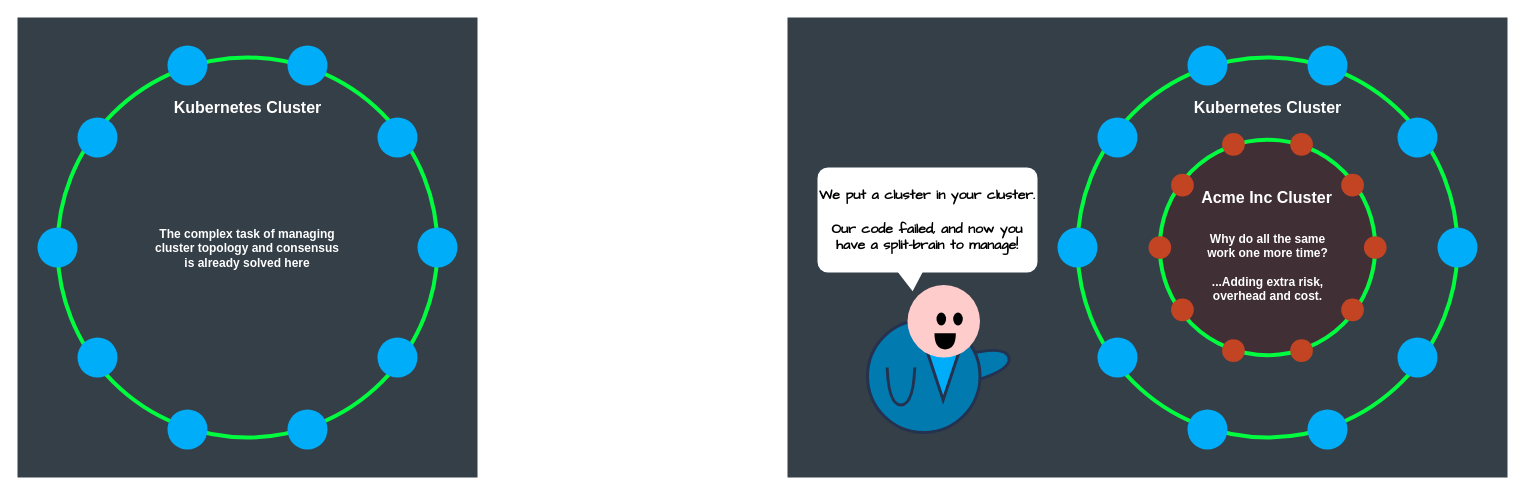
Earlier version of the draw.io diagram page "Clusters" (12 of 13) of hugo/content/docs/cluster/intro/clusterintro2.drawio (asynkron/protoactor-website). Source tidied: cells renumbered, new cells numbered last; positions are measured from the earlier drawing's top-left corner, leaving out a move shared by most shapes. Both pictures are drawn from the tidied source at 100%, with x=0, y=0 at pixel (17, 17).
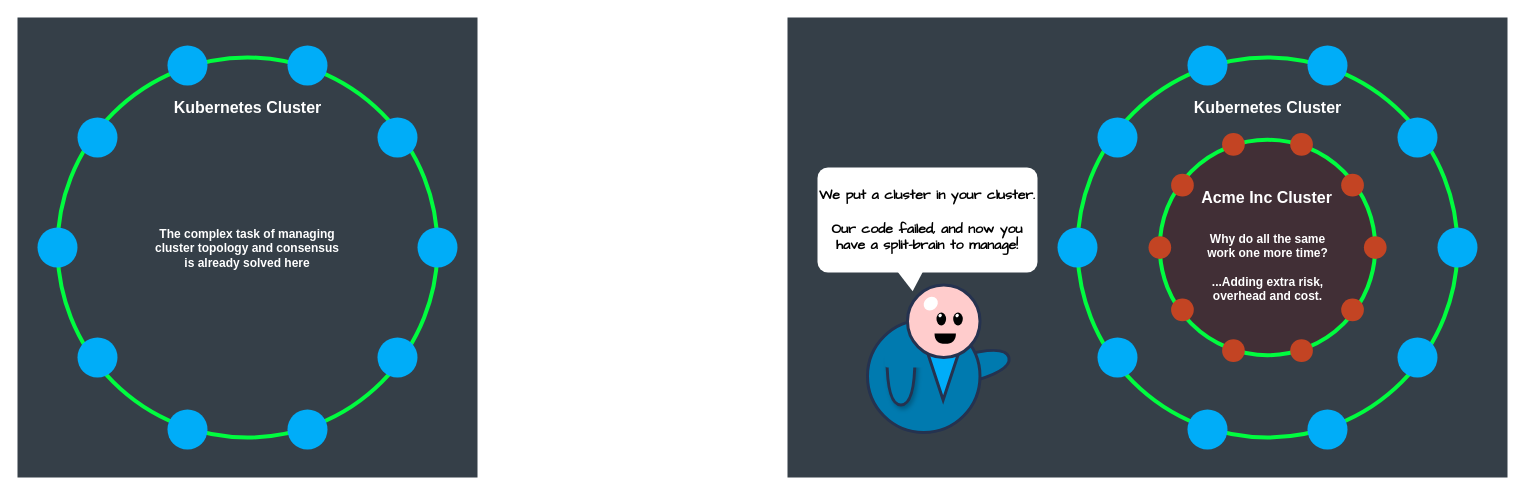
Above is the later version.

The edit, as a diff of the source:
```diff
@@
-    <mxCell id="5" style="triangle;whiteSpace=wrap;html=1;strokeWidth=3;gradientColor=none;fontFamily=Comic Sans MS;fontSize=12;fontColor=#FFFFFF;rotation=90;fillColor=#00ADF8;strokeColor=#25324F;" parent="1" vertex="1">
+    <mxCell id="5" style="triangle;whiteSpace=wrap;html=1;strokeWidth=3;gradientColor=none;fontFamily=Comic Sans MS;fontSize=12;fontColor=#FFFFFF;rotation=90;fillColor=#00ADF8;strokeColor=#25324F;shadow=0;" parent="1" vertex="1">
       <mxGeometry x="900" y="340" width="51.3" height="33.8" as="geometry" />
     </mxCell>
@@
+    <mxCell id="50" style="triangle;whiteSpace=wrap;html=1;strokeWidth=1;fontFamily=Comic Sans MS;fontSize=12;rotation=85;strokeColor=none;" parent="1" vertex="1">
+      <mxGeometry x="880.9" y="243.7" width="26.2" height="33.8" as="geometry" />
+    </mxCell>
+    <mxCell id="51" style="shape=or;whiteSpace=wrap;html=1;strokeWidth=3;gradientColor=none;fontFamily=Comic Sans MS;fontSize=12;fontColor=#FFFFFF;rotation=90;fillColor=#007AAF;strokeOpacity=100;strokeColor=#25324F;shadow=1;" parent="1" vertex="1">
+      <mxGeometry x="860" y="350" width="46.9" height="27.9" as="geometry" />
+    </mxCell>
+    <mxCell id="52" style="rounded=1;whiteSpace=wrap;html=1;fontFamily=Helvetica;fontSize=12;fontColor=#FFFFFF;align=center;strokeWidth=3;fillColor=#007AAF;strokeColor=none;" parent="1" vertex="1">
+      <mxGeometry x="866.9" y="329" width="40" height="21" as="geometry" />
+    </mxCell>
+    <mxCell id="53" style="group;" parent="1" vertex="1">
+      <mxGeometry x="890" y="267.5" width="72.5" height="72.5" as="geometry" />
+    </mxCell>
-    <mxCell id="46" style="ellipse;whiteSpace=wrap;html=1;strokeWidth=3;fontColor=#FFFFFF;fontStyle=1;fillColor=#FFCCCC;strokeColor=none;" parent="1" vertex="1">
-      <mxGeometry x="890" y="267.5" width="72.5" height="72.5" as="geometry" />
+    <mxCell id="46" style="ellipse;whiteSpace=wrap;html=1;strokeWidth=3;fontColor=#FFFFFF;fontStyle=1;fillColor=#FFCCCC;strokeColor=#25324F;" parent="53" vertex="1">
+      <mxGeometry width="72.5" height="72.5" as="geometry" />
     </mxCell>
-    <mxCell id="47" style="shape=or;whiteSpace=wrap;html=1;strokeWidth=4;gradientColor=none;fontSize=16;fontColor=#FFFFFF;strokeColor=none;fillColor=#000000;rotation=90;" parent="1" vertex="1">
-      <mxGeometry x="919.6" y="313.2" width="16.1" height="21.4" as="geometry" />
+    <mxCell id="47" style="shape=or;whiteSpace=wrap;html=1;strokeWidth=4;gradientColor=none;fontSize=16;fontColor=#FFFFFF;strokeColor=none;fillColor=#000000;rotation=90;" parent="53" vertex="1">
+      <mxGeometry x="32.5" y="42.9" width="10.4" height="21.4" as="geometry" />
     </mxCell>
-    <mxCell id="48" style="ellipse;whiteSpace=wrap;html=1;strokeWidth=4;fillColor=#000000;gradientColor=none;fontSize=16;fontColor=#FFFFFF;strokeColor=none;" parent="1" vertex="1">
-      <mxGeometry x="935.7" y="295" width="9.6" height="12.9" as="geometry" />
+    <mxCell id="48" style="ellipse;whiteSpace=wrap;html=1;strokeWidth=4;fillColor=#000000;gradientColor=none;fontSize=16;fontColor=#FFFFFF;strokeColor=none;" parent="53" vertex="1">
+      <mxGeometry x="45.7" y="27.5" width="9.6" height="12.9" as="geometry" />
     </mxCell>
-    <mxCell id="49" style="ellipse;whiteSpace=wrap;html=1;strokeWidth=4;fillColor=#000000;gradientColor=none;fontSize=16;fontColor=#FFFFFF;strokeColor=none;" parent="1" vertex="1">
-      <mxGeometry x="919" y="295" width="9.6" height="12.9" as="geometry" />
+    <mxCell id="49" style="ellipse;whiteSpace=wrap;html=1;strokeWidth=4;fillColor=#000000;gradientColor=none;fontSize=16;fontColor=#FFFFFF;strokeColor=none;" parent="53" vertex="1">
+      <mxGeometry x="29" y="27.5" width="9.6" height="12.9" as="geometry" />
     </mxCell>
-    <mxCell id="50" style="triangle;whiteSpace=wrap;html=1;strokeWidth=1;fontFamily=Comic Sans MS;fontSize=12;rotation=85;strokeColor=none;" parent="1" vertex="1">
-      <mxGeometry x="880.9" y="243.7" width="26.2" height="33.8" as="geometry" />
-    </mxCell>
-    <mxCell id="51" style="shape=or;whiteSpace=wrap;html=1;strokeWidth=3;gradientColor=none;fontFamily=Comic Sans MS;fontSize=12;fontColor=#FFFFFF;rotation=90;fillColor=#007AAF;strokeOpacity=100;strokeColor=#25324F;" parent="1" vertex="1">
-      <mxGeometry x="860" y="350" width="46.9" height="27.9" as="geometry" />
-    </mxCell>
-    <mxCell id="52" style="rounded=1;whiteSpace=wrap;html=1;fontFamily=Helvetica;fontSize=12;fontColor=#FFFFFF;align=center;strokeWidth=3;fillColor=#007AAF;strokeColor=none;" parent="1" vertex="1">
-      <mxGeometry x="860" y="329" width="40" height="21" as="geometry" />
-    </mxCell>
+    <mxCell id="54" style="ellipse;whiteSpace=wrap;html=1;fontFamily=Helvetica;fontSize=12;fontColor=#FFFFFF;align=center;strokeWidth=3;fillColor=#FFFFFF;strokeColor=none;rotation=50;" parent="53" vertex="1">
+      <mxGeometry x="16.8" y="11.1" width="12.9" height="15" as="geometry" />
+    </mxCell>
+    <mxCell id="55" style="ellipse;whiteSpace=wrap;html=1;fontFamily=Helvetica;fontSize=12;fontColor=#FFFFFF;align=center;strokeWidth=3;fillColor=#FFFFFF;strokeColor=none;rotation=50;" parent="1" vertex="1">
+      <mxGeometry x="921.1" y="296.2" width="3.1" height="3.6" as="geometry" />
+    </mxCell>
+    <mxCell id="56" style="ellipse;whiteSpace=wrap;html=1;fontFamily=Helvetica;fontSize=12;fontColor=#FFFFFF;align=center;strokeWidth=3;fillColor=#FFFFFF;strokeColor=none;rotation=50;" parent="1" vertex="1">
+      <mxGeometry x="938.1" y="296.2" width="3.1" height="3.6" as="geometry" />
+    </mxCell>
```
